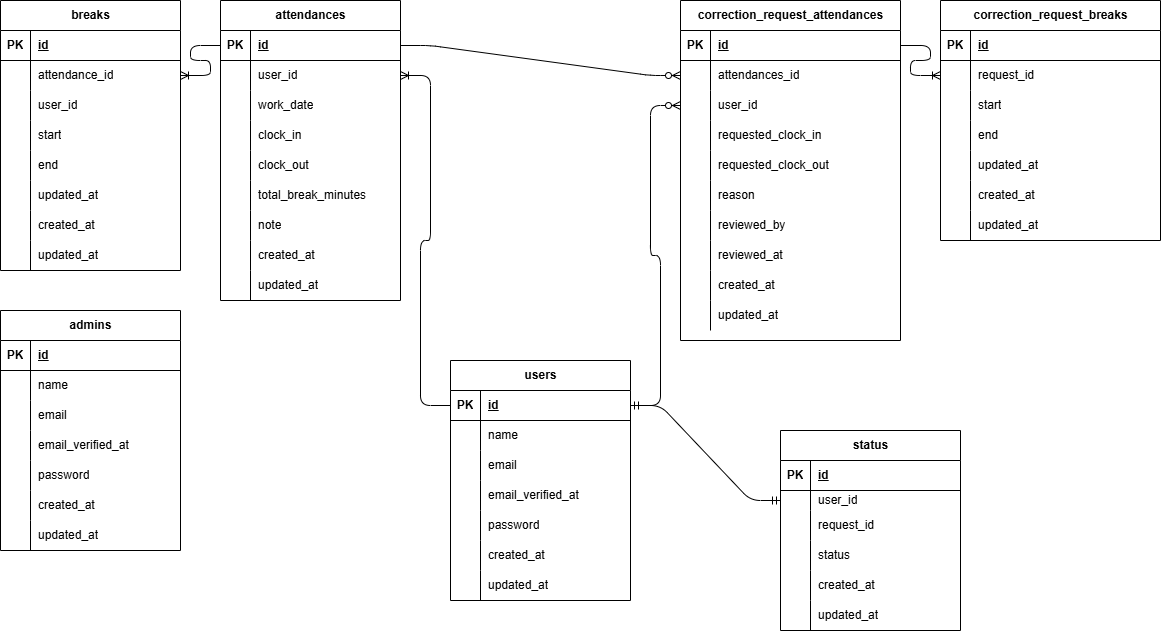
shinzawa/tsutomu-mogi2 keeps this draw.io diagram as ER.drawio.png. Above is the earlier version. Source tidied: cells renumbered, new cells last; positions are measured from the earlier drawing's top-left corner, leaving out a move shared by most shapes.
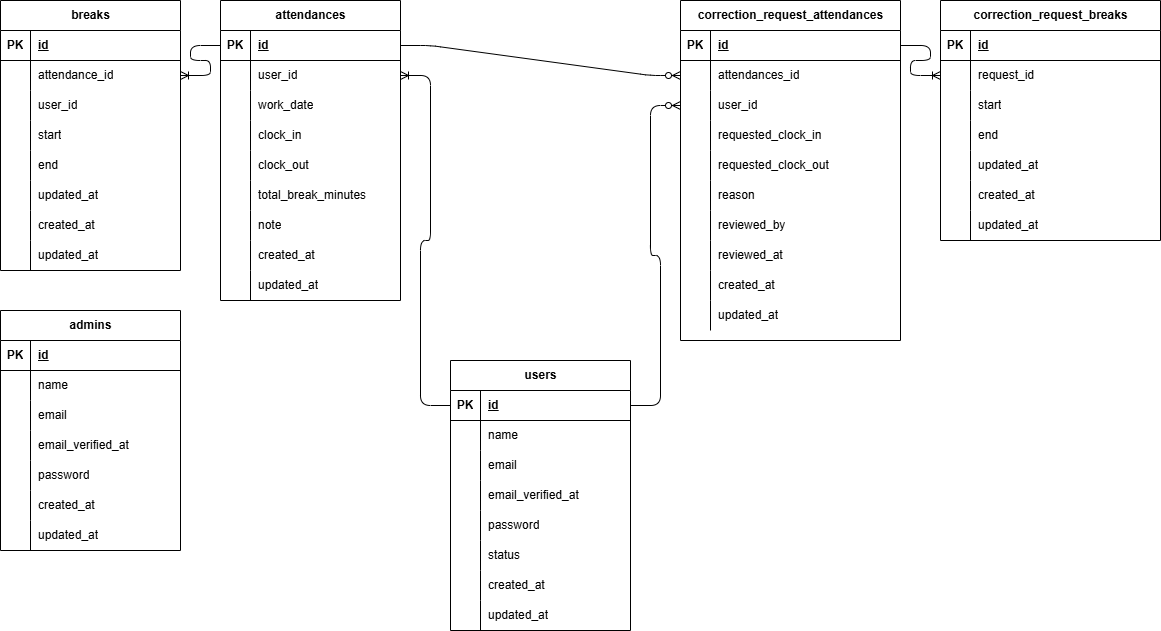
The same file after the commit.

The edit, as a diff of the source:
```diff
@@ -3,7 +3,7 @@
     <mxCell id="0" />
     <mxCell id="1" parent="0" />
     <mxCell id="2" value="users" style="shape=table;startSize=30;rowLines=0;fontStyle=1;align=center;html=1;" parent="1" vertex="1">
-      <mxGeometry x="450" y="360" width="180" height="240" as="geometry" />
+      <mxGeometry x="450" y="360" width="180" height="270" as="geometry" />
     </mxCell>
     <mxCell id="3" style="shape=tableRow;horizontal=0;startSize=0;swimlaneHead=0;swimlaneBody=0;fillColor=none;points=[[0,0.5],[1,0.5]];portConstraint=eastwest;top=0;left=0;right=0;bottom=1;" parent="2" vertex="1">
       <mxGeometry y="30" width="180" height="30" as="geometry" />
@@ -56,75 +56,27 @@
     <mxCell id="19" style="shape=partialRectangle;fillColor=none;top=0;left=0;bottom=0;right=0;overflow=hidden;whiteSpace=wrap;html=1;" parent="18" vertex="1">
       <mxGeometry width="30" height="30" as="geometry" />
     </mxCell>
-    <mxCell id="20" value="created_at" style="shape=partialRectangle;fillColor=none;top=0;left=0;bottom=0;right=0;align=left;spacingLeft=6;overflow=hidden;whiteSpace=wrap;html=1;" parent="18" vertex="1">
+    <mxCell id="20" value="status" style="shape=partialRectangle;fillColor=none;top=0;left=0;bottom=0;right=0;align=left;spacingLeft=6;overflow=hidden;whiteSpace=wrap;html=1;" parent="18" vertex="1">
       <mxGeometry x="30" width="150" height="30" as="geometry" />
     </mxCell>
     <mxCell id="21" style="shape=tableRow;horizontal=0;startSize=0;swimlaneHead=0;swimlaneBody=0;fillColor=none;top=0;left=0;right=0;bottom=0;" parent="2" vertex="1">
       <mxGeometry y="210" width="180" height="30" as="geometry" />
     </mxCell>
-    <mxCell id="22" style="shape=partialRectangle;fillColor=none;top=0;left=0;bottom=0;right=0;overflow=hidden;whiteSpace=wrap;html=1;" parent="21" vertex="1">
-      <mxGeometry width="30" height="30" as="geometry" />
-    </mxCell>
-    <mxCell id="23" value="updated_at" style="shape=partialRectangle;fillColor=none;top=0;left=0;bottom=0;right=0;align=left;spacingLeft=6;overflow=hidden;whiteSpace=wrap;html=1;" parent="21" vertex="1">
-      <mxGeometry x="30" width="150" height="30" as="geometry" />
-    </mxCell>
-    <mxCell id="24" value="status" style="shape=table;startSize=30;rowLines=0;fontStyle=1;align=center;html=1;" parent="1" vertex="1">
-      <mxGeometry x="780" y="430" width="180" height="200" as="geometry" />
-    </mxCell>
-    <mxCell id="25" style="shape=tableRow;horizontal=0;startSize=0;swimlaneHead=0;swimlaneBody=0;fillColor=none;top=0;left=0;right=0;bottom=1;" parent="24" vertex="1">
-      <mxGeometry y="30" width="180" height="30" as="geometry" />
-    </mxCell>
-    <mxCell id="26" value="PK" style="shape=partialRectangle;fillColor=none;top=0;left=0;bottom=0;right=0;fontStyle=1;overflow=hidden;whiteSpace=wrap;html=1;" parent="25" vertex="1">
-      <mxGeometry width="30" height="30" as="geometry" />
-    </mxCell>
-    <mxCell id="27" value="id" style="shape=partialRectangle;fillColor=none;top=0;left=0;bottom=0;right=0;align=left;spacingLeft=6;fontStyle=5;overflow=hidden;whiteSpace=wrap;html=1;" parent="25" vertex="1">
-      <mxGeometry x="30" width="150" height="30" as="geometry" />
-    </mxCell>
-    <mxCell id="28" style="shape=tableRow;horizontal=0;startSize=0;swimlaneHead=0;swimlaneBody=0;fillColor=none;points=[[0,0.5],[1,0.5]];portConstraint=eastwest;top=0;left=0;right=0;bottom=0;" parent="24" vertex="1">
-      <mxGeometry y="60" width="180" height="20" as="geometry" />
-    </mxCell>
-    <mxCell id="29" style="shape=partialRectangle;fillColor=none;top=0;left=0;bottom=0;right=0;overflow=hidden;whiteSpace=wrap;html=1;" parent="28" vertex="1">
-      <mxGeometry width="30" height="20" as="geometry" />
-    </mxCell>
-    <mxCell id="30" value="user_id" style="shape=partialRectangle;fillColor=none;top=0;left=0;bottom=0;right=0;align=left;spacingLeft=6;overflow=hidden;whiteSpace=wrap;html=1;" parent="28" vertex="1">
-      <mxGeometry x="30" width="150" height="20" as="geometry" />
-    </mxCell>
-    <mxCell id="31" style="shape=tableRow;horizontal=0;startSize=0;swimlaneHead=0;swimlaneBody=0;fillColor=none;top=0;left=0;right=0;bottom=0;" parent="24" vertex="1">
-      <mxGeometry y="80" width="180" height="30" as="geometry" />
-    </mxCell>
-    <mxCell id="32" style="shape=partialRectangle;fillColor=none;top=0;left=0;bottom=0;right=0;overflow=hidden;whiteSpace=wrap;html=1;" parent="31" vertex="1">
-      <mxGeometry width="30" height="30" as="geometry" />
-    </mxCell>
-    <mxCell id="33" value="request_id" style="shape=partialRectangle;fillColor=none;top=0;left=0;bottom=0;right=0;align=left;spacingLeft=6;overflow=hidden;whiteSpace=wrap;html=1;" parent="31" vertex="1">
-      <mxGeometry x="30" width="150" height="30" as="geometry" />
-    </mxCell>
-    <mxCell id="34" style="shape=tableRow;horizontal=0;startSize=0;swimlaneHead=0;swimlaneBody=0;fillColor=none;top=0;left=0;right=0;bottom=0;" parent="24" vertex="1">
-      <mxGeometry y="110" width="180" height="30" as="geometry" />
-    </mxCell>
-    <mxCell id="35" style="shape=partialRectangle;fillColor=none;top=0;left=0;bottom=0;right=0;overflow=hidden;whiteSpace=wrap;html=1;" parent="34" vertex="1">
-      <mxGeometry width="30" height="30" as="geometry" />
-    </mxCell>
-    <mxCell id="36" value="status" style="shape=partialRectangle;fillColor=none;top=0;left=0;bottom=0;right=0;align=left;spacingLeft=6;overflow=hidden;whiteSpace=wrap;html=1;" parent="34" vertex="1">
-      <mxGeometry x="30" width="150" height="30" as="geometry" />
-    </mxCell>
-    <mxCell id="37" style="shape=tableRow;horizontal=0;startSize=0;swimlaneHead=0;swimlaneBody=0;fillColor=none;top=0;left=0;right=0;bottom=0;" parent="24" vertex="1">
-      <mxGeometry y="140" width="180" height="30" as="geometry" />
-    </mxCell>
-    <mxCell id="38" style="shape=partialRectangle;fillColor=none;top=0;left=0;bottom=0;right=0;overflow=hidden;whiteSpace=wrap;html=1;" parent="37" vertex="1">
-      <mxGeometry width="30" height="30" as="geometry" />
-    </mxCell>
+    <mxCell id="177" style="shape=partialRectangle;fillColor=none;top=0;left=0;bottom=0;right=0;overflow=hidden;whiteSpace=wrap;html=1;" parent="21" vertex="1">
+      <mxGeometry width="30" height="30" as="geometry" />
+    </mxCell>
-    <mxCell id="39" value="created_at" style="shape=partialRectangle;fillColor=none;top=0;left=0;bottom=0;right=0;align=left;spacingLeft=6;overflow=hidden;whiteSpace=wrap;html=1;" parent="37" vertex="1">
+    <mxCell id="39" value="created_at" style="shape=partialRectangle;fillColor=none;top=0;left=0;bottom=0;right=0;align=left;spacingLeft=6;overflow=hidden;whiteSpace=wrap;html=1;" parent="21" vertex="1">
       <mxGeometry x="30" width="150" height="30" as="geometry" />
     </mxCell>
-    <mxCell id="40" style="shape=tableRow;horizontal=0;startSize=0;swimlaneHead=0;swimlaneBody=0;fillColor=none;top=0;left=0;right=0;bottom=0;" parent="24" vertex="1">
-      <mxGeometry y="170" width="180" height="30" as="geometry" />
-    </mxCell>
-    <mxCell id="41" style="shape=partialRectangle;fillColor=none;top=0;left=0;bottom=0;right=0;overflow=hidden;whiteSpace=wrap;html=1;" parent="40" vertex="1">
-      <mxGeometry width="30" height="30" as="geometry" />
-    </mxCell>
-    <mxCell id="42" value="updated_at" style="shape=partialRectangle;fillColor=none;top=0;left=0;bottom=0;right=0;align=left;spacingLeft=6;overflow=hidden;whiteSpace=wrap;html=1;" parent="40" vertex="1">
-      <mxGeometry x="30" width="150" height="30" as="geometry" />
-    </mxCell>
+    <mxCell id="178" style="shape=tableRow;horizontal=0;startSize=0;swimlaneHead=0;swimlaneBody=0;fillColor=none;top=0;left=0;right=0;bottom=0;" parent="2" vertex="1">
+      <mxGeometry y="240" width="180" height="30" as="geometry" />
+    </mxCell>
+    <mxCell id="179" style="shape=partialRectangle;fillColor=none;top=0;left=0;bottom=0;right=0;overflow=hidden;whiteSpace=wrap;html=1;" parent="178" vertex="1">
+      <mxGeometry width="30" height="30" as="geometry" />
+    </mxCell>
+    <mxCell id="180" value="updated_at" style="shape=partialRectangle;fillColor=none;top=0;left=0;bottom=0;right=0;align=left;spacingLeft=6;overflow=hidden;whiteSpace=wrap;html=1;" parent="178" vertex="1">
+      <mxGeometry x="30" width="150" height="30" as="geometry" />
+    </mxCell>
     <mxCell id="43" value="breaks" style="shape=table;startSize=30;rowLines=0;fontStyle=1;align=center;html=1;" parent="1" vertex="1">
       <mxGeometry width="180" height="270" as="geometry" />
     </mxCell>
@@ -200,13 +152,6 @@
     <mxCell id="67" value="updated_at" style="shape=partialRectangle;fillColor=none;top=0;left=0;bottom=0;right=0;align=left;spacingLeft=6;overflow=hidden;whiteSpace=wrap;html=1;" parent="65" vertex="1">
       <mxGeometry x="30" width="150" height="30" as="geometry" />
     </mxCell>
-    <mxCell id="68" style="edgeStyle=entityRelationEdgeStyle;fontSize=12;html=1;endArrow=ERmandOne;startArrow=ERmandOne;" parent="1" edge="1" source="28" target="3">
-      <mxGeometry relative="1" as="geometry">
-        <Array as="points">
-          <mxPoint x="510" y="460" />
-        </Array>
-      </mxGeometry>
-    </mxCell>
     <mxCell id="69" style="edgeStyle=entityRelationEdgeStyle;fontSize=12;html=1;endArrow=ERoneToMany;" parent="1" edge="1" source="3" target="149">
       <mxGeometry relative="1" as="geometry">
         <Array as="points">
```
